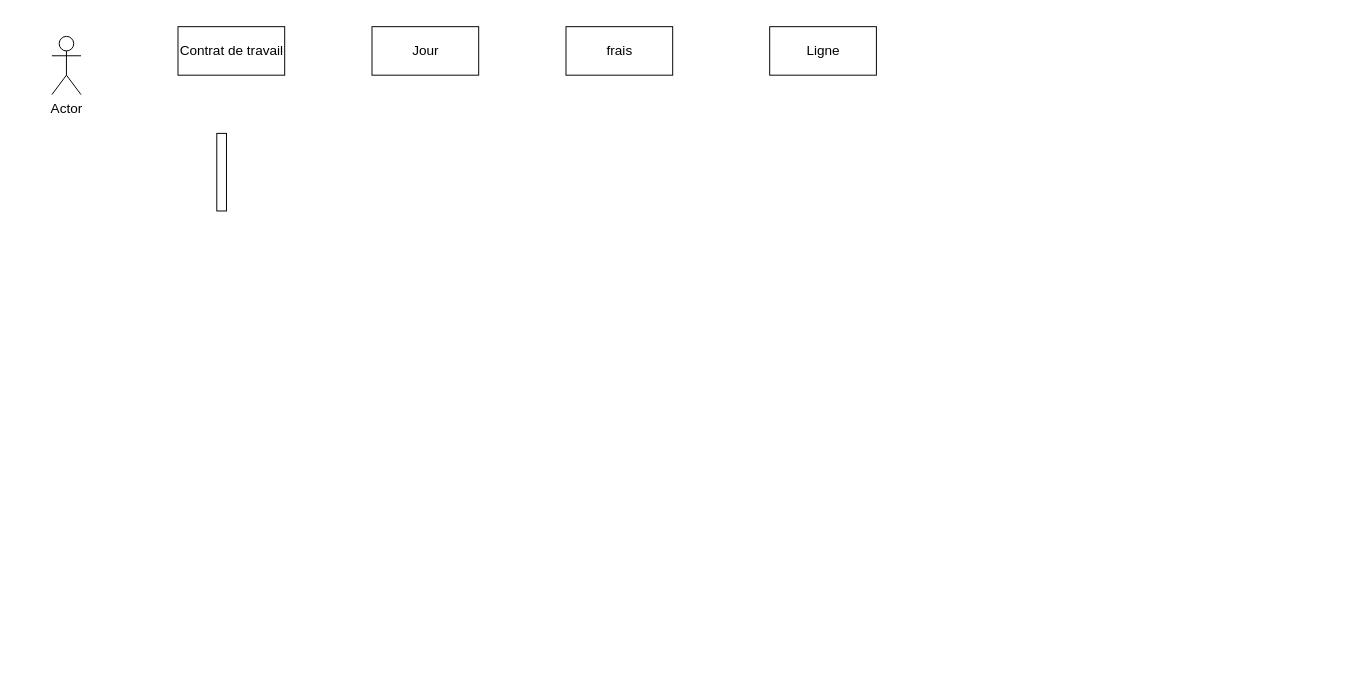
Before: page "Séquence FPE" (4 of 4) of Model conceptuel.drawio in Idir-smart/SandBox, a draw.io diagram. Source tidied: cells renumbered, new cells numbered last; positions are measured from the earlier drawing's top-left corner, leaving out a move shared by most shapes. Both pictures are drawn from the tidied source at 97%, with x=0, y=0 at pixel (51, 26).
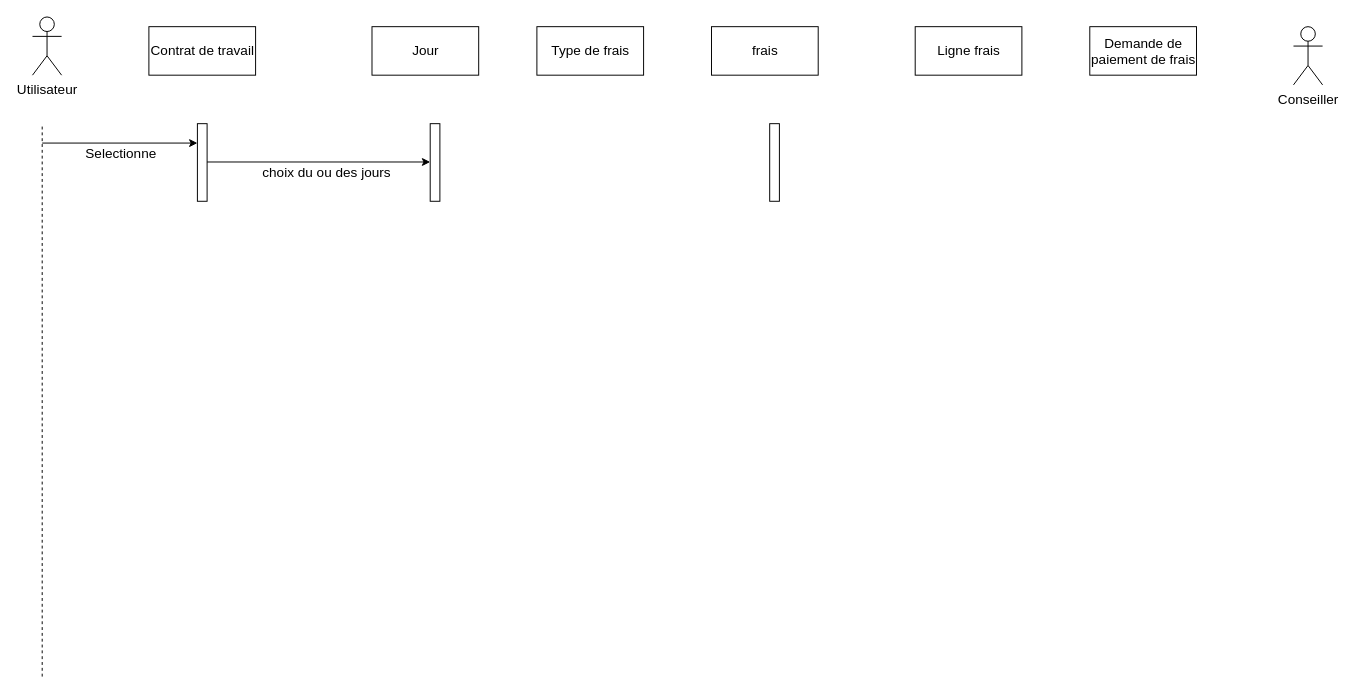
The same page after the edit.

Commit message (it also covers changes not shown here):
Mettre à jour Model conceptuel.drawio

Change to the diagram source:
```diff
@@
-    <mxCell id="2" value="Actor" style="shape=umlActor;verticalLabelPosition=bottom;verticalAlign=top;html=1;fontSize=14;" parent="1" vertex="1">
-      <mxGeometry y="10" width="30" height="60" as="geometry" />
+    <mxCell id="2" value="Utilisateur" style="shape=umlActor;verticalLabelPosition=bottom;verticalAlign=top;html=1;fontSize=14;" parent="1" vertex="1">
+      <mxGeometry x="-20" y="-10" width="30" height="60" as="geometry" />
     </mxCell>
     <mxCell id="3" style="html=1;points=[];perimeter=orthogonalPerimeter;outlineConnect=0;targetShapes=umlLifeline;portConstraint=eastwest;newEdgeStyle={&quot;edgeStyle&quot;:&quot;elbowEdgeStyle&quot;,&quot;elbow&quot;:&quot;vertical&quot;,&quot;curved&quot;:0,&quot;rounded&quot;:0};fontSize=14;" parent="1" vertex="1">
-      <mxGeometry x="170" y="110" width="10" height="80" as="geometry" />
+      <mxGeometry x="150" y="100" width="10" height="80" as="geometry" />
     </mxCell>
     <mxCell id="4" value="Contrat de travail" style="html=1;fontSize=14;" parent="1" vertex="1">
-      <mxGeometry x="130" width="110" height="50" as="geometry" />
+      <mxGeometry x="100" width="110" height="50" as="geometry" />
     </mxCell>
@@
     <mxCell id="6" value="&lt;div&gt;frais &lt;br&gt;&lt;/div&gt;" style="html=1;fontSize=14;" parent="1" vertex="1">
-      <mxGeometry x="530" width="110" height="50" as="geometry" />
+      <mxGeometry x="680" width="110" height="50" as="geometry" />
     </mxCell>
-    <mxCell id="7" value="Ligne" style="html=1;fontSize=14;" parent="1" vertex="1">
-      <mxGeometry x="740" width="110" height="50" as="geometry" />
+    <mxCell id="7" value="Ligne frais" style="html=1;fontSize=14;" parent="1" vertex="1">
+      <mxGeometry x="890" width="110" height="50" as="geometry" />
     </mxCell>
+    <mxCell id="8" value="Conseiller" style="shape=umlActor;verticalLabelPosition=bottom;verticalAlign=top;html=1;fontSize=14;" parent="1" vertex="1">
+      <mxGeometry x="1280" width="30" height="60" as="geometry" />
+    </mxCell>
+    <mxCell id="9" value="&lt;div&gt;Demande de &lt;br&gt;&lt;/div&gt;&lt;div&gt;paiement de frais&lt;br&gt;&lt;/div&gt;" style="html=1;fontSize=14;" parent="1" vertex="1">
+      <mxGeometry x="1070" width="110" height="50" as="geometry" />
+    </mxCell>
+    <mxCell id="10" style="endArrow=none;dashed=1;html=1;rounded=0;fontSize=14;" parent="1" edge="1">
+      <mxGeometry relative="1" as="geometry">
+        <mxPoint x="-10" y="670" as="sourcePoint" />
+        <mxPoint x="-10" y="100" as="targetPoint" />
+      </mxGeometry>
+    </mxCell>
+    <mxCell id="11" style="endArrow=classic;html=1;rounded=0;fontSize=14;" parent="1" edge="1" target="3">
+      <mxGeometry relative="1" as="geometry">
+        <mxPoint x="-10" y="120" as="sourcePoint" />
+      </mxGeometry>
+    </mxCell>
+    <mxCell id="12" value="Selectionne" style="edgeLabel;html=1;align=center;verticalAlign=middle;fontSize=14;" parent="11" vertex="1">
+      <mxGeometry x="0.21" y="2" relative="1" as="geometry">
+        <mxPoint x="-17" y="12" as="offset" />
+      </mxGeometry>
+    </mxCell>
+    <mxCell id="13" style="html=1;points=[];perimeter=orthogonalPerimeter;outlineConnect=0;targetShapes=umlLifeline;portConstraint=eastwest;newEdgeStyle={&quot;edgeStyle&quot;:&quot;elbowEdgeStyle&quot;,&quot;elbow&quot;:&quot;vertical&quot;,&quot;curved&quot;:0,&quot;rounded&quot;:0};fontSize=14;" parent="1" vertex="1">
+      <mxGeometry x="390" y="100" width="10" height="80" as="geometry" />
+    </mxCell>
+    <mxCell id="14" style="endArrow=classic;html=1;rounded=0;fontSize=14;" parent="1" edge="1" target="13">
+      <mxGeometry relative="1" as="geometry">
+        <mxPoint x="160" y="139.5" as="sourcePoint" />
+      </mxGeometry>
+    </mxCell>
+    <mxCell id="15" value="choix du ou des jours" style="edgeLabel;html=1;align=center;verticalAlign=middle;fontSize=14;" parent="14" vertex="1">
+      <mxGeometry x="0.21" y="2" relative="1" as="geometry">
+        <mxPoint x="-17" y="12" as="offset" />
+      </mxGeometry>
+    </mxCell>
+    <mxCell id="16" style="html=1;perimeter=orthogonalPerimeter;targetShapes=umlLifeline;newEdgeStyle={&quot;edgeStyle&quot;:&quot;elbowEdgeStyle&quot;,&quot;elbow&quot;:&quot;vertical&quot;,&quot;curved&quot;:0,&quot;rounded&quot;:0};fontSize=14;" parent="1" vertex="1">
+      <mxGeometry x="740" y="100" width="10" height="80" as="geometry" />
+    </mxCell>
+    <mxCell id="17" value="Type de frais" style="html=1;fontSize=14;" parent="1" vertex="1">
+      <mxGeometry x="500" width="110" height="50" as="geometry" />
+    </mxCell>
```
